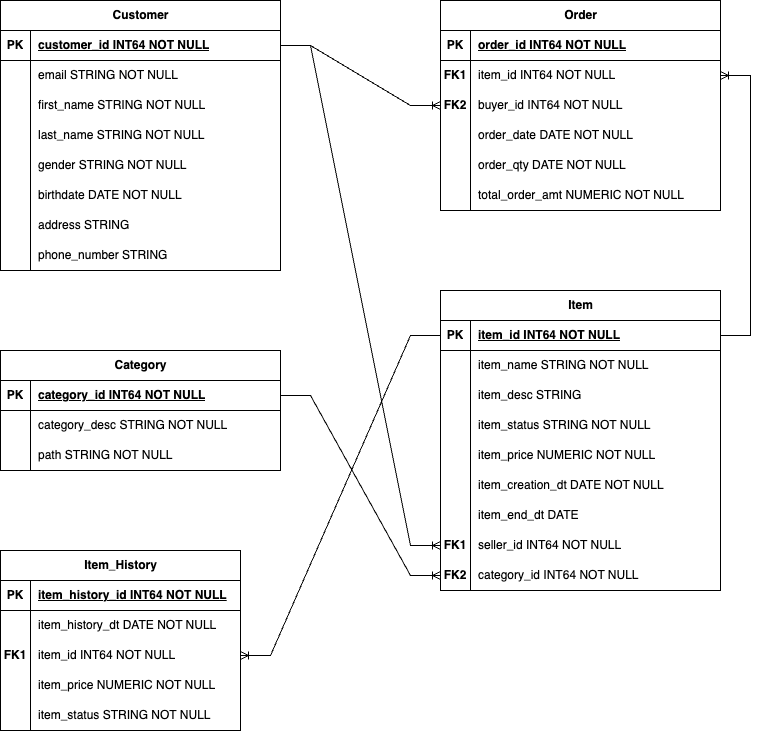
Earlier version of the draw.io export der_flujo_compras.drawio.png (NicOliveto/challenge_analytics_engineer_sql). Source tidied: cells renumbered, new cells last; positions are measured from the earlier drawing's top-left corner, leaving out a move shared by most shapes.
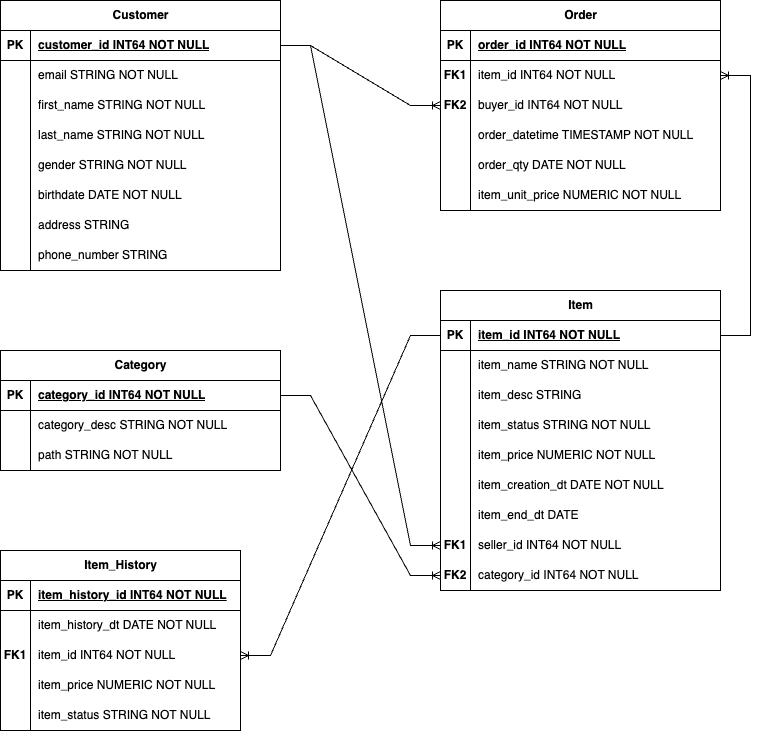
After the change.

What changed in the source:
```diff
@@ -227,7 +227,7 @@
     <mxCell id="76" style="shape=partialRectangle;fillColor=none;top=0;left=0;bottom=0;right=0;overflow=hidden;whiteSpace=wrap;html=1;" parent="75" vertex="1">
       <mxGeometry width="30" height="30" as="geometry" />
     </mxCell>
-    <mxCell id="77" value="order_date DATE NOT NULL" style="shape=partialRectangle;fillColor=none;top=0;left=0;bottom=0;right=0;align=left;spacingLeft=6;overflow=hidden;whiteSpace=wrap;html=1;" parent="75" vertex="1">
+    <mxCell id="77" value="order_datetime TIMESTAMP NOT NULL" style="shape=partialRectangle;fillColor=none;top=0;left=0;bottom=0;right=0;align=left;spacingLeft=6;overflow=hidden;whiteSpace=wrap;html=1;" parent="75" vertex="1">
       <mxGeometry x="30" width="250" height="30" as="geometry" />
     </mxCell>
     <mxCell id="78" style="shape=tableRow;horizontal=0;startSize=0;swimlaneHead=0;swimlaneBody=0;fillColor=none;top=0;left=0;right=0;bottom=0;" parent="65" vertex="1">
@@ -245,7 +245,7 @@
     <mxCell id="82" style="shape=partialRectangle;fillColor=none;top=0;left=0;bottom=0;right=0;overflow=hidden;whiteSpace=wrap;html=1;" parent="81" vertex="1">
       <mxGeometry width="30" height="30" as="geometry" />
     </mxCell>
-    <mxCell id="83" value="total_order_amt NUMERIC NOT NULL" style="shape=partialRectangle;fillColor=none;top=0;left=0;bottom=0;right=0;align=left;spacingLeft=6;overflow=hidden;whiteSpace=wrap;html=1;" parent="81" vertex="1">
+    <mxCell id="83" value="item_unit_price NUMERIC NOT NULL" style="shape=partialRectangle;fillColor=none;top=0;left=0;bottom=0;right=0;align=left;spacingLeft=6;overflow=hidden;whiteSpace=wrap;html=1;" parent="81" vertex="1">
       <mxGeometry x="30" width="250" height="30" as="geometry" />
     </mxCell>
     <mxCell id="84" style="edgeStyle=entityRelationEdgeStyle;fontSize=12;html=1;endArrow=ERoneToMany;rounded=0;" parent="1" edge="1" source="56" target="52">
```
